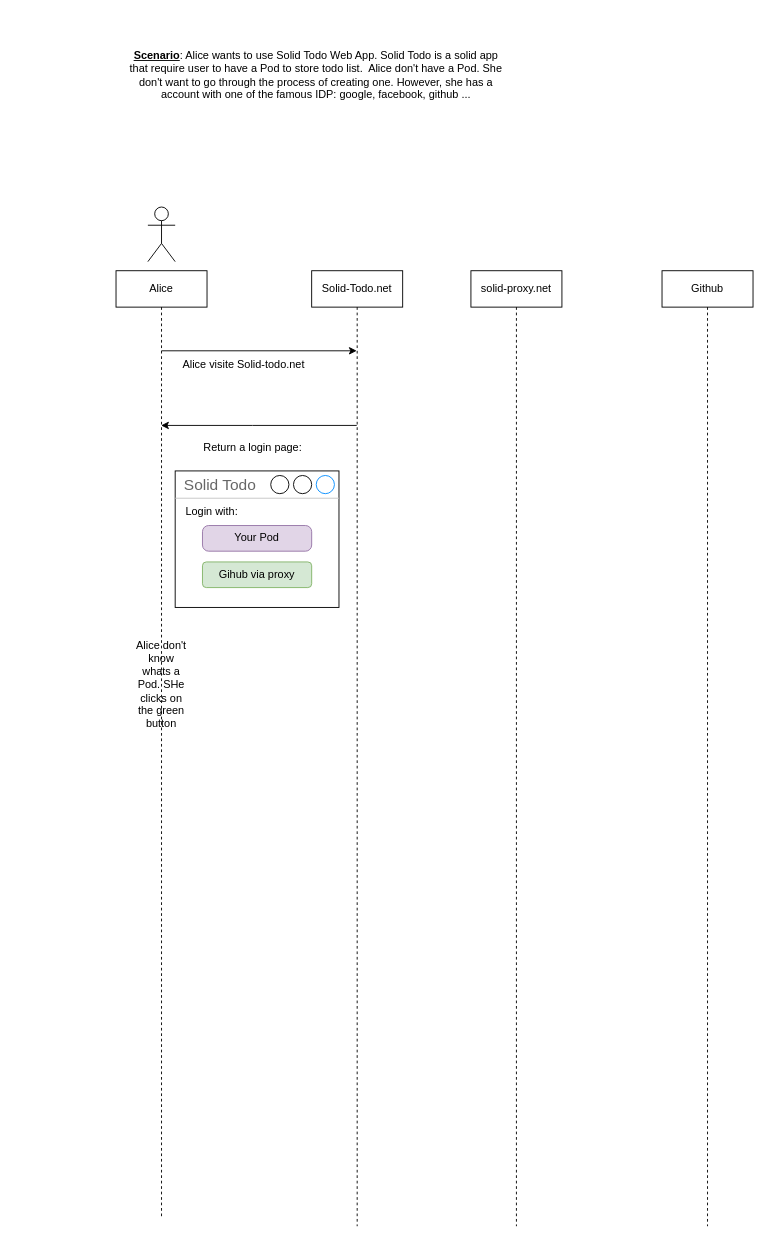
Earlier version of the draw.io diagram Diagramme sans nom.drawio (thhck/assets). Source tidied: cells renumbered, new cells numbered last; positions are measured from the earlier drawing's top-left corner, leaving out a move shared by most shapes. Both pictures are drawn from the tidied source at 91%, with x=0, y=0 at pixel (116, 61).
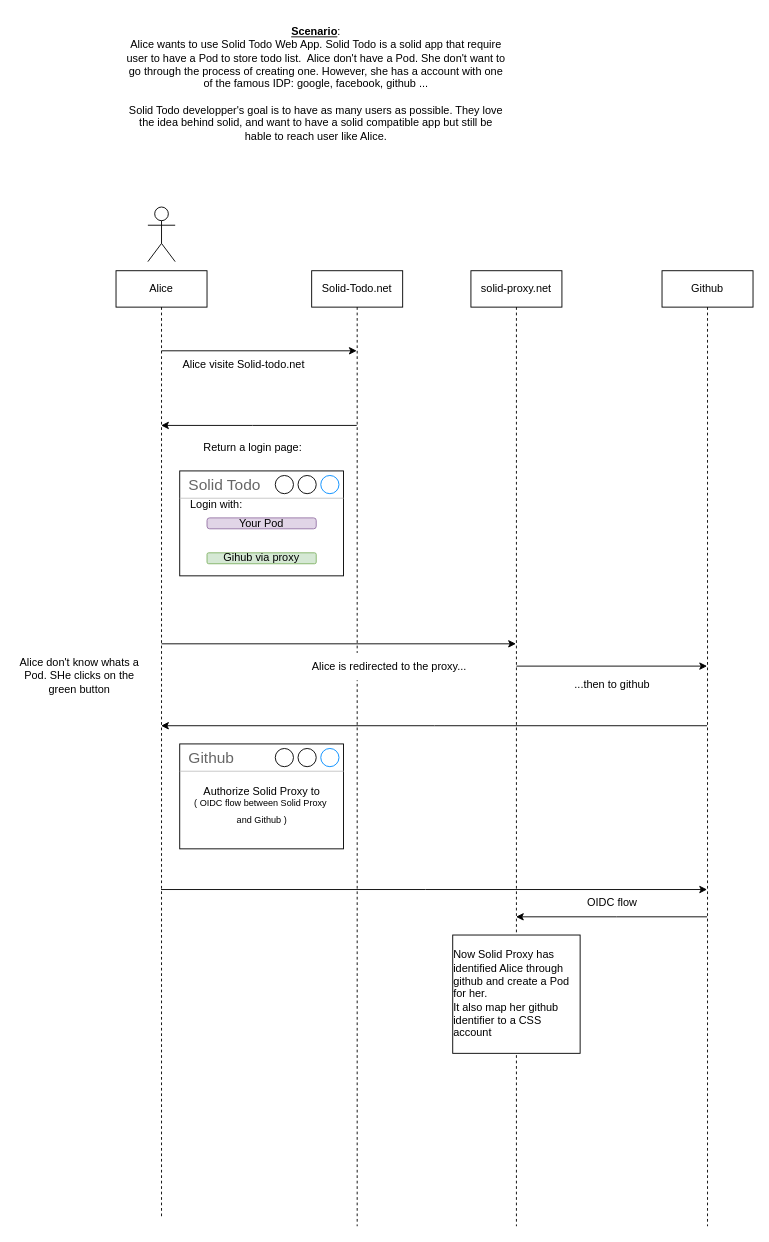
Above is the later version.

Commit message:
Mettre à jour Diagramme sans nom.drawio

The change refers to these unchanged cells:
```xml
<mxCell id="2" value="Alice" style="shape=umlLifeline;perimeter=lifelinePerimeter;whiteSpace=wrap;html=1;outlineConnect=0;portConstraint=eastwest;newEdgeStyle={&quot;edgeStyle&quot;:&quot;elbowEdgeStyle&quot;,&quot;elbow&quot;:&quot;vertical&quot;,&quot;curved&quot;:0,&quot;rounded&quot;:0};size=40;" parent="1" vertex="1">
  <mxGeometry y="230" width="100" height="1040" as="geometry" />
</mxCell>
<mxCell id="16" value="solid-proxy.net" style="shape=umlLifeline;perimeter=lifelinePerimeter;whiteSpace=wrap;html=1;outlineConnect=0;portConstraint=eastwest;newEdgeStyle={&quot;edgeStyle&quot;:&quot;elbowEdgeStyle&quot;,&quot;elbow&quot;:&quot;vertical&quot;,&quot;curved&quot;:0,&quot;rounded&quot;:0};size=40;" parent="1" vertex="1">
  <mxGeometry x="390" y="230" width="100" height="1050" as="geometry" />
</mxCell>
<mxCell id="17" value="Github" style="shape=umlLifeline;perimeter=lifelinePerimeter;whiteSpace=wrap;html=1;outlineConnect=0;portConstraint=eastwest;newEdgeStyle={&quot;edgeStyle&quot;:&quot;elbowEdgeStyle&quot;,&quot;elbow&quot;:&quot;vertical&quot;,&quot;curved&quot;:0,&quot;rounded&quot;:0};size=40;" parent="1" vertex="1">
  <mxGeometry x="600" y="230" width="100" height="1050" as="geometry" />
</mxCell>
```

Change to the diagram source:
```diff
@@
-    <mxCell id="7" value="&lt;b&gt;&lt;u&gt;Scenario&lt;/u&gt;&lt;/b&gt;: Alice wants to use Solid Todo Web App. Solid Todo is a solid app that require user to have a Pod to store todo list.&amp;nbsp; Alice don't have a Pod. She don't want to go through the process of creating one. However, she has a account with one of the famous IDP: google, facebook, github ..." style="text;html=1;align=center;verticalAlign=middle;whiteSpace=wrap;rounded=0;" parent="1" vertex="1">
-      <mxGeometry x="10" width="420" height="30" as="geometry" />
+    <mxCell id="7" value="&lt;b&gt;&lt;u&gt;Scenario&lt;/u&gt;&lt;/b&gt;: &lt;br&gt;Alice wants to use Solid Todo Web App. Solid Todo is a solid app that require user to have a Pod to store todo list.&amp;nbsp; Alice don't have a Pod. She don't want to go through the process of creating one. However, she has a account with one of the famous IDP: google, facebook, github ...&lt;br&gt;&lt;br&gt;Solid Todo developper's goal is to have as many users as possible. They love the idea behind solid, and want to have a solid compatible app but still be hable to reach user like Alice. " style="text;html=1;align=center;verticalAlign=middle;whiteSpace=wrap;rounded=0;" parent="1" vertex="1">
+      <mxGeometry x="10" y="-50" width="420" height="150" as="geometry" />
     </mxCell>
@@
     <mxCell id="10" style="group;" parent="1" vertex="1">
-      <mxGeometry x="65" y="450" width="180" height="320" as="geometry" />
+      <mxGeometry x="70" y="450" width="180" height="140" as="geometry" />
     </mxCell>
     <mxCell id="11" value="&lt;div&gt;Solid Todo&lt;/div&gt;&lt;div&gt;&lt;br&gt;&lt;/div&gt;" style="strokeWidth=1;shadow=0;dashed=0;align=center;html=1;shape=mxgraph.mockup.containers.window;align=left;verticalAlign=top;spacingLeft=8;strokeColor2=#008cff;strokeColor3=#c4c4c4;fontColor=#666666;mainText=;fontSize=17;labelBackgroundColor=none;whiteSpace=wrap;" parent="10" vertex="1">
-      <mxGeometry width="180" height="150" as="geometry" />
+      <mxGeometry width="180" height="115.3" as="geometry" />
     </mxCell>
     <mxCell id="12" value="Login with: " style="text;html=1;align=center;verticalAlign=middle;strokeColor=none;fillColor=none;" parent="10" vertex="1">
-      <mxGeometry y="30" width="80" height="30" as="geometry" />
+      <mxGeometry y="21.6" width="80" height="30" as="geometry" />
     </mxCell>
     <mxCell id="13" value="&lt;div&gt;Your Pod&lt;/div&gt;" style="rounded=1;whiteSpace=wrap;html=1;fillColor=#e1d5e7;strokeColor=#9673a6;arcSize=24;" parent="10" vertex="1">
-      <mxGeometry x="30" y="60" width="120" height="28.2" as="geometry" />
+      <mxGeometry x="30" y="51.6" width="120" height="12" as="geometry" />
     </mxCell>
     <mxCell id="14" value="Gihub via proxy" style="rounded=1;whiteSpace=wrap;html=1;fillColor=#d5e8d4;strokeColor=#82b366;" parent="10" vertex="1">
-      <mxGeometry x="30" y="100" width="120" height="28.2" as="geometry" />
+      <mxGeometry x="30" y="90" width="120" height="12" as="geometry" />
     </mxCell>
     <mxCell id="15" value="Alice don't know whats a Pod. SHe clicks on the green button" style="text;html=1;align=center;verticalAlign=middle;whiteSpace=wrap;rounded=0;" parent="1" vertex="1">
-      <mxGeometry x="20" y="670" width="60" height="30" as="geometry" />
+      <mxGeometry x="-110" y="600" width="140" height="150" as="geometry" />
     </mxCell>
@@
+    <mxCell id="18" style="endArrow=classic;html=1;rounded=0;" parent="1" edge="1" target="16">
+      <mxGeometry relative="1" as="geometry">
+        <mxPoint x="50" y="640" as="sourcePoint" />
+      </mxGeometry>
+    </mxCell>
+    <mxCell id="19" value="Alice is redirected to the proxy..." style="text;html=1;align=center;verticalAlign=middle;fillColor=default;" parent="1" vertex="1">
+      <mxGeometry x="205" y="650" width="190" height="30" as="geometry" />
+    </mxCell>
+    <mxCell id="20" style="edgeStyle=none;jettySize=auto;html=1;rounded=0;" parent="1" edge="1" target="17">
+      <mxGeometry relative="1" as="geometry">
+        <mxPoint x="440" y="664.5" as="sourcePoint" />
+      </mxGeometry>
+    </mxCell>
+    <mxCell id="21" value="...then to github" style="text;html=1;align=center;verticalAlign=middle;fillColor=default;" parent="1" vertex="1">
+      <mxGeometry x="490" y="670" width="110" height="30" as="geometry" />
+    </mxCell>
+    <mxCell id="22" style="edgeStyle=none;jettySize=auto;html=1;rounded=0;" parent="1" edge="1" source="17" target="2">
+      <mxGeometry relative="1" as="geometry">
+        <Array as="points">
+          <mxPoint x="350" y="730" />
+        </Array>
+      </mxGeometry>
+    </mxCell>
+    <mxCell id="23" style="group;" parent="1" vertex="1">
+      <mxGeometry x="70" y="750" width="240" height="140" as="geometry" />
+    </mxCell>
+    <mxCell id="24" value="&lt;div&gt;Github&lt;/div&gt;&lt;div&gt;&lt;br&gt;&lt;/div&gt;" style="strokeWidth=1;shadow=0;dashed=0;align=center;html=1;shape=mxgraph.mockup.containers.window;align=left;verticalAlign=top;spacingLeft=8;strokeColor2=#008cff;strokeColor3=#c4c4c4;fontColor=#666666;mainText=;fontSize=17;labelBackgroundColor=none;whiteSpace=wrap;" parent="23" vertex="1">
+      <mxGeometry width="180" height="115.3" as="geometry" />
+    </mxCell>
+    <mxCell id="25" value="&lt;div&gt;Authorize Solid Proxy to&lt;/div&gt;&lt;div&gt;&lt;sup&gt;( OIDC flow between Solid Proxy&amp;nbsp;&lt;/sup&gt;&lt;/div&gt;&lt;div&gt;&lt;sup&gt;and Github )&lt;br&gt;&lt;/sup&gt;&lt;/div&gt;" style="text;html=1;align=center;verticalAlign=middle;strokeColor=none;fillColor=none;rotation=0;" parent="23" vertex="1">
+      <mxGeometry x="5" y="40" width="170" height="60" as="geometry" />
+    </mxCell>
+    <mxCell id="26" style="edgeStyle=none;jettySize=auto;html=1;rounded=0;" parent="1" edge="1" source="2" target="17">
+      <mxGeometry relative="1" as="geometry">
+        <Array as="points">
+          <mxPoint x="340" y="910" />
+        </Array>
+      </mxGeometry>
+    </mxCell>
+    <mxCell id="27" style="edgeStyle=none;jettySize=auto;html=1;rounded=0;" parent="1" edge="1" source="17" target="16">
+      <mxGeometry relative="1" as="geometry">
+        <Array as="points">
+          <mxPoint x="550" y="940" />
+        </Array>
+      </mxGeometry>
+    </mxCell>
+    <mxCell id="28" value="&lt;div&gt;OIDC flow&lt;/div&gt;" style="text;html=1;align=center;verticalAlign=middle;strokeColor=none;fillColor=none;" parent="1" vertex="1">
+      <mxGeometry x="505" y="910" width="80" height="30" as="geometry" />
+    </mxCell>
+    <mxCell id="29" value="&lt;div align=&quot;left&quot;&gt;Now Solid Proxy has identified Alice through github and create a Pod for her.&amp;nbsp;&lt;/div&gt;&lt;div align=&quot;left&quot;&gt;It also map her github identifier to a CSS account&lt;br&gt;&lt;/div&gt;" style="whiteSpace=wrap;html=1;" parent="1" vertex="1">
+      <mxGeometry x="370" y="960" width="140" height="130" as="geometry" />
+    </mxCell>
```
